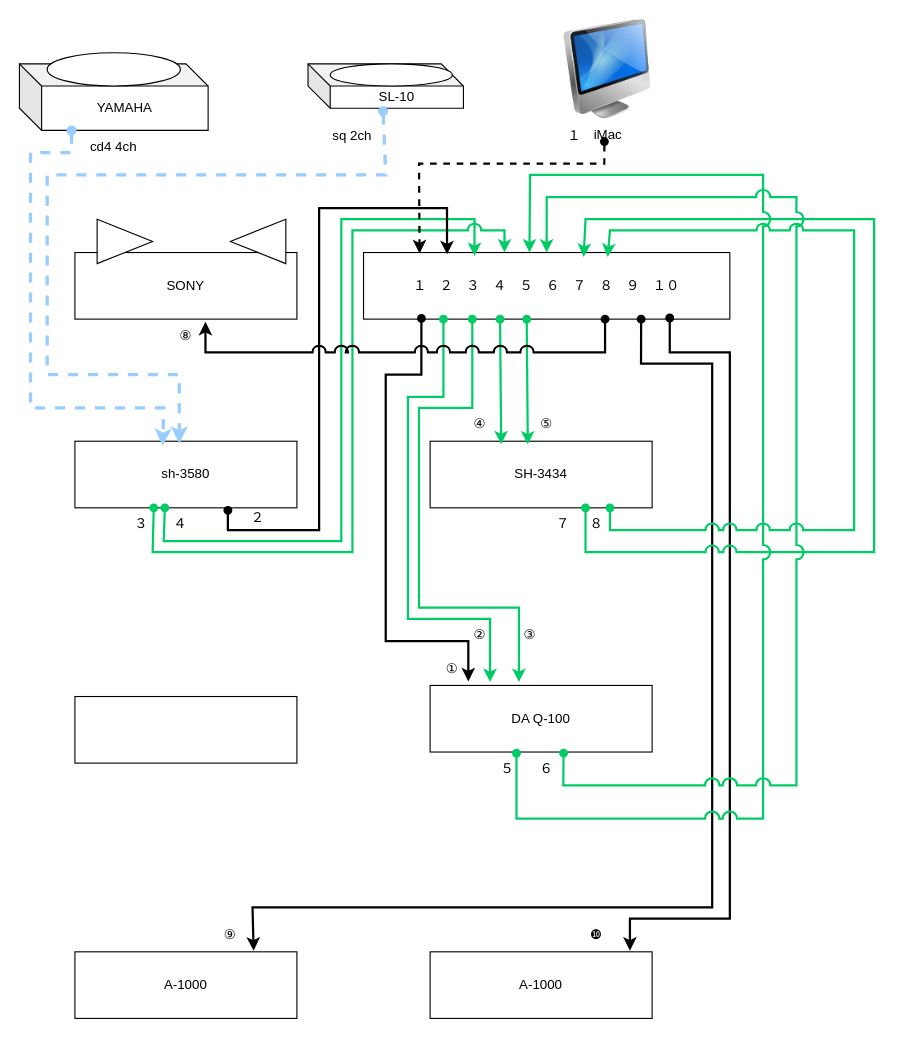
Earlier version of the draw.io diagram św-1010.drawio (kenzi-taka/audio-diagram). Source tidied: cells renumbered, new cells numbered last; positions are measured from the earlier drawing's top-left corner, leaving out a move shared by most shapes. Both pictures are drawn from the tidied source at 111%, with x=0, y=0 at pixel (19, 19).
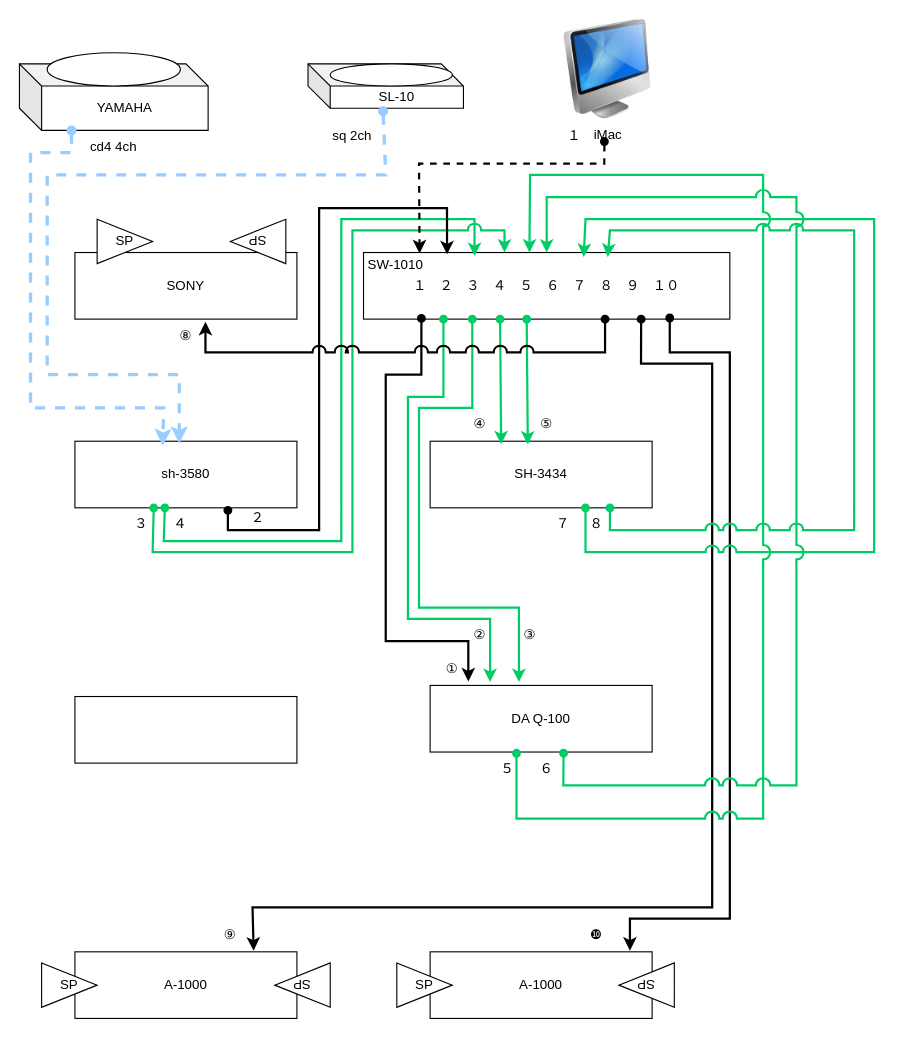
The same diagram, later.

What changed in the source:
```diff
@@
-    <mxCell id="21" style="triangle;whiteSpace=wrap;html=1;shapeInside=1;" parent="1" vertex="1">
+    <mxCell id="21" value="SP" style="triangle;whiteSpace=wrap;html=1;shapeInside=1;" parent="1" vertex="1">
       <mxGeometry x="70" y="180" width="50" height="40" as="geometry" />
     </mxCell>
-    <mxCell id="22" style="triangle;whiteSpace=wrap;html=1;shapeInside=1;rotation=-180;" parent="1" vertex="1">
+    <mxCell id="22" value="SP" style="triangle;whiteSpace=wrap;html=1;shapeInside=1;rotation=-180;" parent="1" vertex="1">
       <mxGeometry x="190" y="180" width="50" height="40" as="geometry" />
     </mxCell>
@@
+    <mxCell id="54" value="SW-1010" style="text;html=1;whiteSpace=wrap;strokeColor=none;fillColor=none;align=center;verticalAlign=middle;rounded=0;" parent="1" vertex="1">
+      <mxGeometry x="309" y="206" width="60" height="30" as="geometry" />
+    </mxCell>
+    <mxCell id="55" value="SP" style="triangle;whiteSpace=wrap;html=1;shapeInside=1;" parent="1" vertex="1">
+      <mxGeometry x="20" y="850" width="50" height="40" as="geometry" />
+    </mxCell>
+    <mxCell id="56" value="SP" style="triangle;whiteSpace=wrap;html=1;shapeInside=1;" parent="1" vertex="1">
+      <mxGeometry x="340" y="850" width="50" height="40" as="geometry" />
+    </mxCell>
+    <mxCell id="57" value="SP" style="triangle;whiteSpace=wrap;html=1;shapeInside=1;rotation=-180;" parent="1" vertex="1">
+      <mxGeometry x="230" y="850" width="50" height="40" as="geometry" />
+    </mxCell>
+    <mxCell id="58" value="SP" style="triangle;whiteSpace=wrap;html=1;shapeInside=1;rotation=-180;" parent="1" vertex="1">
+      <mxGeometry x="540" y="850" width="50" height="40" as="geometry" />
+    </mxCell>
```
